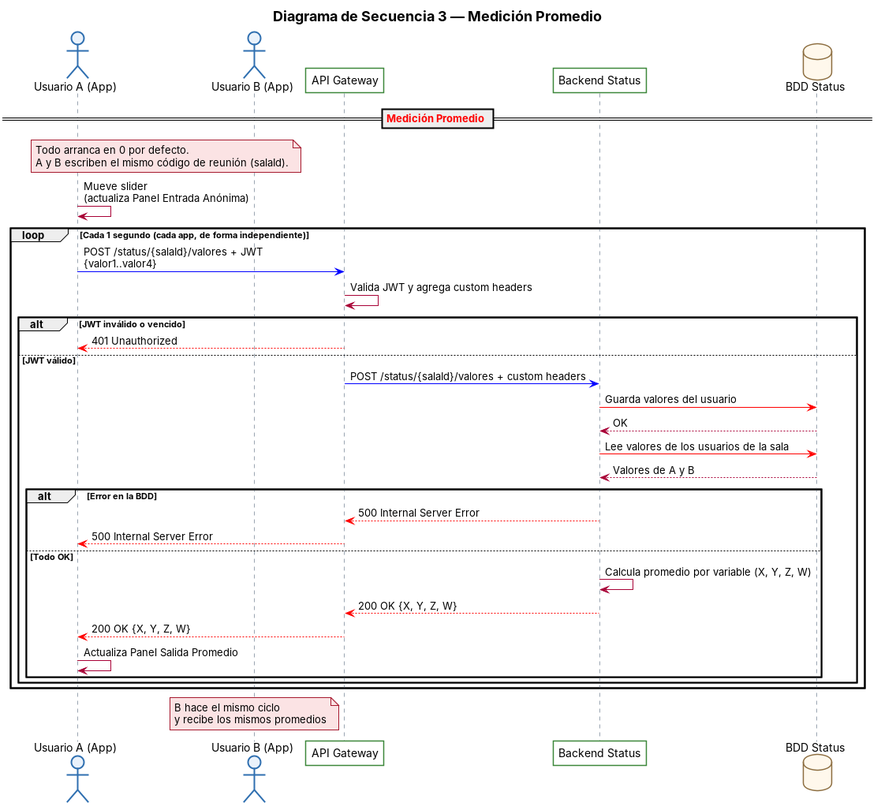
Earlier version of the PlantUML export docs/diagramas/4-secuencia-medicion-promedio.png (tatianaperalta2013/panel-asistencia-comunicacion). Its source is kept beside it as docs/diagramas/4-secuencia-medicion-promedio.puml. Source of this version:
```plantuml
@startuml 4-secuencia-medicion-promedio
title <size:18><b>Diagrama de Secuencia 3 — Medición Promedio</b></size>
skinparam defaultFontName Arial
skinparam shadowing false
skinparam ParticipantBackgroundColor #FFFFFF
skinparam ParticipantBorderColor #3C873A
skinparam ActorBackgroundColor #EAF2FB
skinparam ActorBorderColor #2F6FB0
skinparam DatabaseBackgroundColor #FFF8EC
skinparam DatabaseBorderColor #8C6D3F
skinparam SequenceLifeLineBorderColor #9AA5B1
skinparam NoteBackgroundColor #FBE3E4
skinparam NoteBorderColor #A6192E

actor "Usuario A (App)" as A
actor "Usuario B (App)" as B
participant "API Gateway" as GW
participant "Backend Status" as ST
database "BDD Status" as DB

== <color:red>Medición Promedio</color> ==
note over A, B: Todo arranca en 0 por defecto.\nA y B escriben el mismo código de reunión (salaId).

A -> A: Mueve slider\n(actualiza Panel Entrada Anónima)

loop Cada 5 segundos (cada app, de forma independiente)
    A -[#blue]> GW: POST /status/{salaId}/valores + JWT\n{valor1..valor4}
    GW -> GW: Valida JWT y agrega custom headers

    alt JWT inválido o vencido
        GW -[#red]-> A: 401 Unauthorized
    else JWT válido
        GW -[#blue]> ST: POST /status/{salaId}/valores + custom headers
        ST -[#red]> DB: Guarda valores del usuario
        DB --> ST: OK
        ST -[#red]> DB: Lee valores de los usuarios de la sala
        DB --> ST: Valores de A y B

        alt Error en la BDD
            ST -[#red]-> GW: 500 Internal Server Error
            GW -[#red]-> A: 500 Internal Server Error
        else Todo OK
            ST -> ST: Calcula promedio por variable (X, Y, Z, W)
            ST -[#red]-> GW: 200 OK {X, Y, Z, W}
            GW -[#red]-> A: 200 OK {X, Y, Z, W}
            A -> A: Actualiza Panel Salida Promedio
        end
    end
end

note over B: B hace el mismo ciclo\ny recibe los mismos promedios
@enduml
```
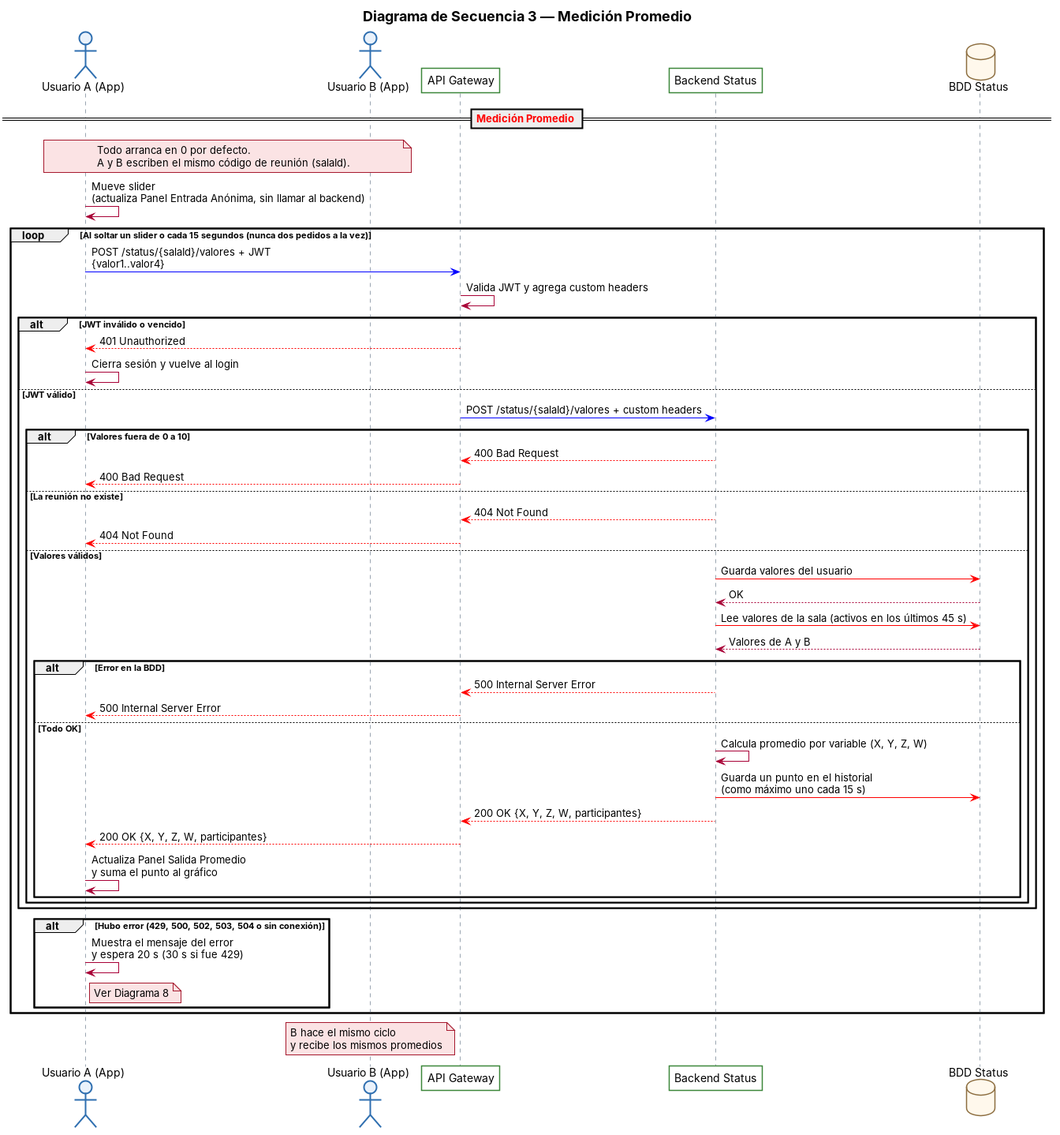
Later version of the same file.

What changed in the source:
```diff
@@ -21,30 +21,46 @@
 == <color:red>Medición Promedio</color> ==
 note over A, B: Todo arranca en 0 por defecto.\nA y B escriben el mismo código de reunión (salaId).
 
-A -> A: Mueve slider\n(actualiza Panel Entrada Anónima)
+A -> A: Mueve slider\n(actualiza Panel Entrada Anónima, sin llamar al backend)
 
-loop Cada 5 segundos (cada app, de forma independiente)
+loop Al soltar un slider o cada 15 segundos (nunca dos pedidos a la vez)
     A -[#blue]> GW: POST /status/{salaId}/valores + JWT\n{valor1..valor4}
     GW -> GW: Valida JWT y agrega custom headers
 
     alt JWT inválido o vencido
         GW -[#red]-> A: 401 Unauthorized
+        A -> A: Cierra sesión y vuelve al login
     else JWT válido
         GW -[#blue]> ST: POST /status/{salaId}/valores + custom headers
-        ST -[#red]> DB: Guarda valores del usuario
-        DB --> ST: OK
-        ST -[#red]> DB: Lee valores de los usuarios de la sala
-        DB --> ST: Valores de A y B
 
-        alt Error en la BDD
-            ST -[#red]-> GW: 500 Internal Server Error
-            GW -[#red]-> A: 500 Internal Server Error
-        else Todo OK
-            ST -> ST: Calcula promedio por variable (X, Y, Z, W)
-            ST -[#red]-> GW: 200 OK {X, Y, Z, W}
-            GW -[#red]-> A: 200 OK {X, Y, Z, W}
-            A -> A: Actualiza Panel Salida Promedio
+        alt Valores fuera de 0 a 10
+            ST -[#red]-> GW: 400 Bad Request
+            GW -[#red]-> A: 400 Bad Request
+        else La reunión no existe
+            ST -[#red]-> GW: 404 Not Found
+            GW -[#red]-> A: 404 Not Found
+        else Valores válidos
+            ST -[#red]> DB: Guarda valores del usuario
+            DB --> ST: OK
+            ST -[#red]> DB: Lee valores de la sala (activos en los últimos 45 s)
+            DB --> ST: Valores de A y B
+
+            alt Error en la BDD
+                ST -[#red]-> GW: 500 Internal Server Error
+                GW -[#red]-> A: 500 Internal Server Error
+            else Todo OK
+                ST -> ST: Calcula promedio por variable (X, Y, Z, W)
+                ST -[#red]> DB: Guarda un punto en el historial\n(como máximo uno cada 15 s)
+                ST -[#red]-> GW: 200 OK {X, Y, Z, W, participantes}
+                GW -[#red]-> A: 200 OK {X, Y, Z, W, participantes}
+                A -> A: Actualiza Panel Salida Promedio\ny suma el punto al gráfico
+            end
         end
+    end
+
+    alt Hubo error (429, 500, 502, 503, 504 o sin conexión)
+        A -> A: Muestra el mensaje del error\ny espera 20 s (30 s si fue 429)
+        note right of A: Ver Diagrama 8
     end
 end
 
```
